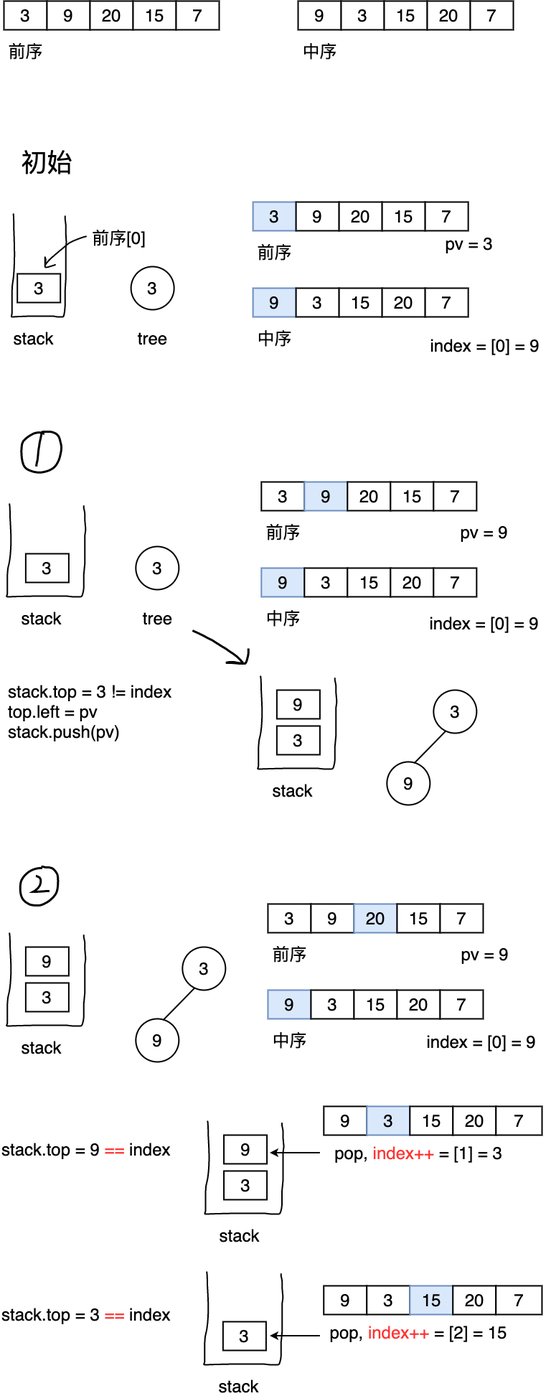
Before: offer_07.png, a diagram exported from draw.io (autsu/diagrams). Source tidied: cells renumbered, new cells last; positions are measured from the earlier drawing's top-left corner, leaving out a move shared by most shapes.
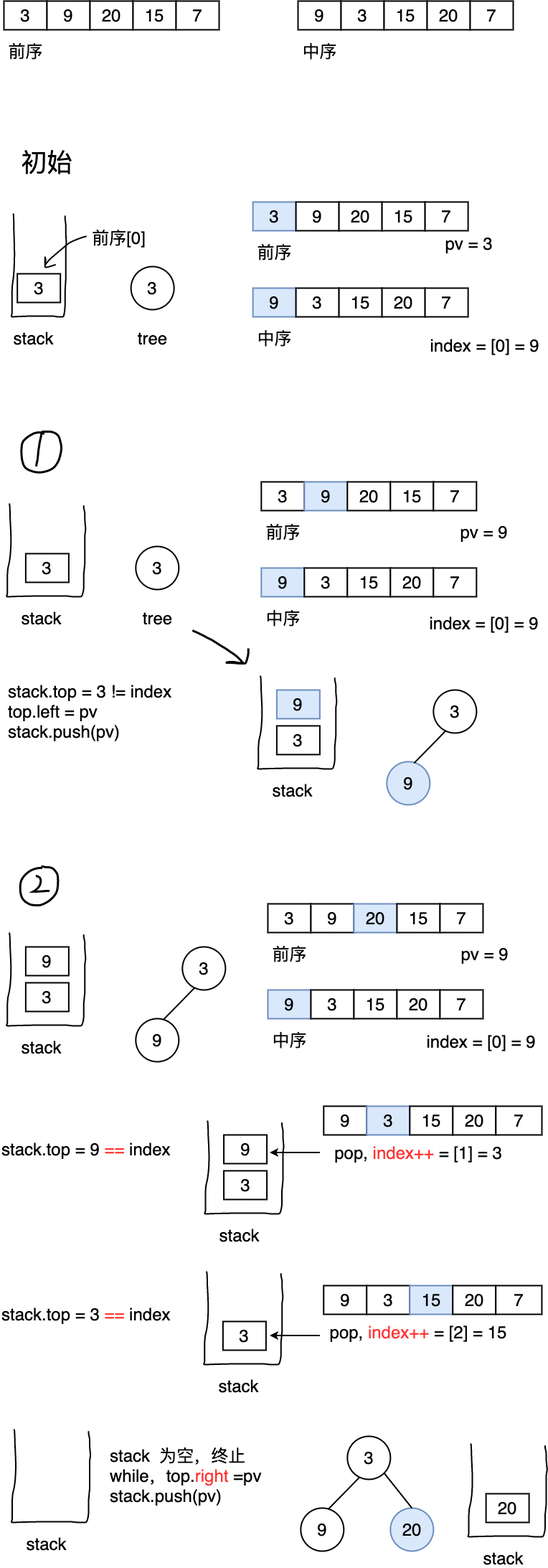
Later version of the same file.

Diff of the diagram source:
```diff
@@ -176,10 +176,10 @@
     <mxCell id="59" value="&lt;font style=&quot;font-size: 24px&quot;&gt;stack&lt;/font&gt;" style="text;html=1;align=center;verticalAlign=middle;fillColor=none;strokeColor=none;rounded=0;" parent="1" vertex="1">
       <mxGeometry x="372.2" y="1090" width="70" height="20" as="geometry" />
     </mxCell>
-    <mxCell id="60" value="&lt;span style=&quot;font-size: 24px&quot;&gt;9&lt;/span&gt;" style="rounded=0;whiteSpace=wrap;html=1;strokeWidth=2;" parent="1" vertex="1">
+    <mxCell id="60" value="&lt;span style=&quot;font-size: 24px&quot;&gt;9&lt;/span&gt;" style="rounded=0;whiteSpace=wrap;html=1;strokeWidth=2;fillColor=#dae8fc;strokeColor=#6c8ebf;" parent="1" vertex="1">
       <mxGeometry x="385.4" y="960" width="60" height="40" as="geometry" />
     </mxCell>
-    <mxCell id="61" value="&lt;font style=&quot;font-size: 24px&quot;&gt;9&lt;/font&gt;" style="ellipse;whiteSpace=wrap;html=1;strokeWidth=2;" parent="1" vertex="1">
+    <mxCell id="61" value="&lt;font style=&quot;font-size: 24px&quot;&gt;9&lt;/font&gt;" style="ellipse;whiteSpace=wrap;html=1;strokeWidth=2;fillColor=#dae8fc;strokeColor=#6c8ebf;" parent="1" vertex="1">
       <mxGeometry x="538.8" y="1060" width="60" height="60" as="geometry" />
     </mxCell>
     <mxCell id="62" style="shape=(stored shape, 1960 characters);fillColor=none;strokeWidth=3;" parent="1" vertex="1">
@@ -338,5 +338,38 @@
     <mxCell id="109" value="&lt;span style=&quot;font-size: 24px&quot;&gt;7&lt;/span&gt;" style="rounded=0;whiteSpace=wrap;html=1;strokeWidth=2;" parent="1" vertex="1">
       <mxGeometry x="690.7" y="1790" width="64.2" height="40" as="geometry" />
     </mxCell>
+    <mxCell id="110" style="shape=(stored shape, 1588 characters);fillColor=none;strokeWidth=2;" parent="1" vertex="1">
+      <mxGeometry x="15.5" y="1990" width="110" height="130" as="geometry" />
+    </mxCell>
+    <mxCell id="111" value="&lt;font style=&quot;font-size: 24px&quot;&gt;stack&lt;/font&gt;" style="text;html=1;align=center;verticalAlign=middle;fillColor=none;strokeColor=none;rounded=0;" parent="1" vertex="1">
+      <mxGeometry x="28.9" y="2140" width="70" height="20" as="geometry" />
+    </mxCell>
+    <mxCell id="112" value="&lt;font style=&quot;font-size: 24px&quot;&gt;stack&amp;nbsp; 为空，终止 while，top.&lt;font color=&quot;#ff3333&quot;&gt;right&lt;/font&gt; =pv&lt;br&gt;stack.push(pv)&lt;br&gt;&lt;/font&gt;" style="text;html=1;strokeColor=none;fillColor=none;align=left;verticalAlign=middle;whiteSpace=wrap;rounded=0;" parent="1" vertex="1">
+      <mxGeometry x="150.8" y="2020" width="243" height="70" as="geometry" />
+    </mxCell>
+    <mxCell id="113" value="&lt;font style=&quot;font-size: 24px&quot;&gt;3&lt;/font&gt;" style="ellipse;whiteSpace=wrap;html=1;strokeWidth=2;" parent="1" vertex="1">
+      <mxGeometry x="483.8" y="2000" width="60" height="60" as="geometry" />
+    </mxCell>
+    <mxCell id="114" value="&lt;font style=&quot;font-size: 24px&quot;&gt;9&lt;/font&gt;" style="ellipse;whiteSpace=wrap;html=1;strokeWidth=2;" parent="1" vertex="1">
+      <mxGeometry x="418.8" y="2100" width="60" height="60" as="geometry" />
+    </mxCell>
+    <mxCell id="115" style="endArrow=none;html=1;strokeWidth=2;entryX=0.283;entryY=0.95;entryDx=0;entryDy=0;entryPerimeter=0;exitX=0.633;exitY=0.033;exitDx=0;exitDy=0;exitPerimeter=0;" parent="1" edge="1" source="114" target="113">
+      <mxGeometry relative="1" as="geometry" />
+    </mxCell>
+    <mxCell id="116" value="&lt;font style=&quot;font-size: 24px&quot;&gt;20&lt;/font&gt;" style="ellipse;whiteSpace=wrap;html=1;strokeWidth=2;fillColor=#dae8fc;strokeColor=#6c8ebf;" parent="1" vertex="1">
+      <mxGeometry x="543.8" y="2100" width="60" height="60" as="geometry" />
+    </mxCell>
+    <mxCell id="117" style="endArrow=none;html=1;strokeWidth=2;exitX=0.5;exitY=0;exitDx=0;exitDy=0;entryX=1;entryY=1;entryDx=0;entryDy=0;" parent="1" edge="1" source="116" target="113">
+      <mxGeometry relative="1" as="geometry" />
+    </mxCell>
+    <mxCell id="118" style="shape=(stored shape, 1588 characters);fillColor=none;strokeWidth=2;" parent="1" vertex="1">
+      <mxGeometry x="652.1" y="2010" width="110" height="130" as="geometry" />
+    </mxCell>
+    <mxCell id="119" value="&lt;font style=&quot;font-size: 24px&quot;&gt;stack&lt;/font&gt;" style="text;html=1;align=center;verticalAlign=middle;fillColor=none;strokeColor=none;rounded=0;" parent="1" vertex="1">
+      <mxGeometry x="665.5" y="2160" width="70" height="20" as="geometry" />
+    </mxCell>
+    <mxCell id="120" value="&lt;span style=&quot;font-size: 24px&quot;&gt;20&lt;/span&gt;" style="rounded=0;whiteSpace=wrap;html=1;strokeWidth=2;" parent="1" vertex="1">
+      <mxGeometry x="677.1" y="2080" width="60" height="40" as="geometry" />
+    </mxCell>
   </root>
 </mxGraphModel>
```
